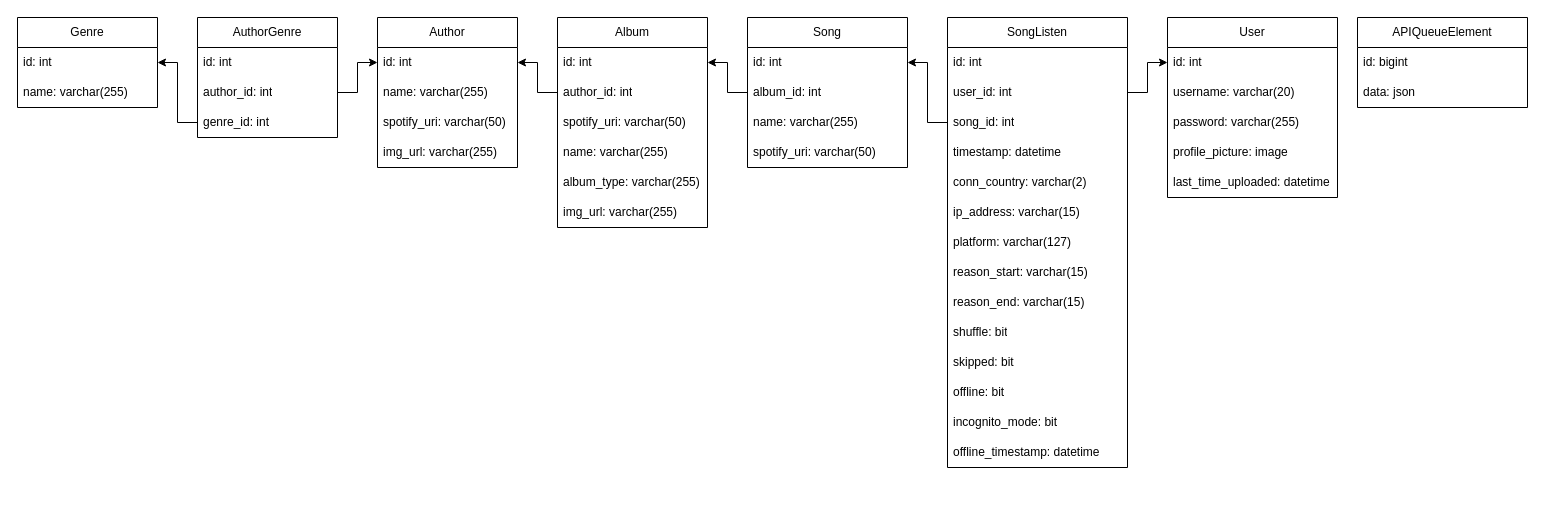
This is drawio/database.drawio from Zancmok/AdvancedSpotifyDataAnalyzer, a draw.io file, before an edit. Source tidied: cells renumbered, new cells numbered last; positions are measured from the earlier drawing's top-left corner, leaving out a move shared by most shapes. Both pictures are drawn from the tidied source at 100%, with x=0, y=0 at pixel (17, 17).
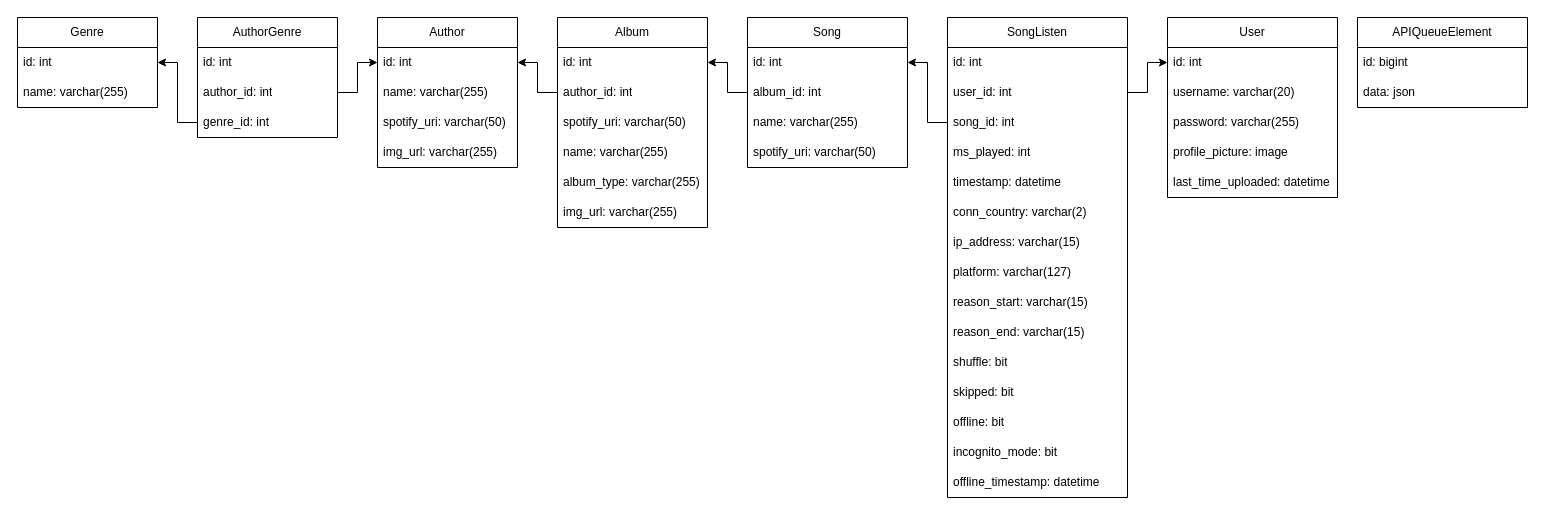
After the change.

What changed in the source:
```diff
@@
     <mxCell id="8" value="SongListen" style="swimlane;fontStyle=0;horizontal=1;startSize=30;whiteSpace=wrap;html=1;" parent="1" vertex="1">
-      <mxGeometry x="930" width="180" height="450" as="geometry" />
+      <mxGeometry x="930" width="180" height="480" as="geometry" />
     </mxCell>
@@
+    <mxCell id="56" value="ms_played: int" style="text;strokeColor=none;fillColor=none;align=left;verticalAlign=middle;spacingLeft=4;spacingRight=4;overflow=hidden;whiteSpace=wrap;html=1;" parent="8" vertex="1">
+      <mxGeometry y="120" width="180" height="30" as="geometry" />
+    </mxCell>
     <mxCell id="12" value="timestamp: datetime" style="text;strokeColor=none;fillColor=none;align=left;verticalAlign=middle;spacingLeft=4;spacingRight=4;overflow=hidden;whiteSpace=wrap;html=1;" parent="8" vertex="1">
-      <mxGeometry y="120" width="180" height="30" as="geometry" />
+      <mxGeometry y="150" width="180" height="30" as="geometry" />
     </mxCell>
     <mxCell id="13" value="conn_country: varchar(2)" style="text;strokeColor=none;fillColor=none;align=left;verticalAlign=middle;spacingLeft=4;spacingRight=4;overflow=hidden;whiteSpace=wrap;html=1;" parent="8" vertex="1">
-      <mxGeometry y="150" width="180" height="30" as="geometry" />
+      <mxGeometry y="180" width="180" height="30" as="geometry" />
     </mxCell>
     <mxCell id="14" value="ip_address: varchar(15)" style="text;strokeColor=none;fillColor=none;align=left;verticalAlign=middle;spacingLeft=4;spacingRight=4;overflow=hidden;whiteSpace=wrap;html=1;" parent="8" vertex="1">
-      <mxGeometry y="180" width="180" height="30" as="geometry" />
+      <mxGeometry y="210" width="180" height="30" as="geometry" />
     </mxCell>
     <mxCell id="15" value="platform: varchar(127)" style="text;strokeColor=none;fillColor=none;align=left;verticalAlign=middle;spacingLeft=4;spacingRight=4;overflow=hidden;whiteSpace=wrap;html=1;" parent="8" vertex="1">
-      <mxGeometry y="210" width="180" height="30" as="geometry" />
+      <mxGeometry y="240" width="180" height="30" as="geometry" />
     </mxCell>
     <mxCell id="16" value="reason_start: varchar(15)" style="text;strokeColor=none;fillColor=none;align=left;verticalAlign=middle;spacingLeft=4;spacingRight=4;overflow=hidden;whiteSpace=wrap;html=1;" parent="8" vertex="1">
-      <mxGeometry y="240" width="180" height="30" as="geometry" />
+      <mxGeometry y="270" width="180" height="30" as="geometry" />
     </mxCell>
     <mxCell id="17" value="reason_end: varchar(15)" style="text;strokeColor=none;fillColor=none;align=left;verticalAlign=middle;spacingLeft=4;spacingRight=4;overflow=hidden;whiteSpace=wrap;html=1;" parent="8" vertex="1">
-      <mxGeometry y="270" width="180" height="30" as="geometry" />
+      <mxGeometry y="300" width="180" height="30" as="geometry" />
     </mxCell>
     <mxCell id="18" value="shuffle: bit" style="text;strokeColor=none;fillColor=none;align=left;verticalAlign=middle;spacingLeft=4;spacingRight=4;overflow=hidden;whiteSpace=wrap;html=1;" parent="8" vertex="1">
-      <mxGeometry y="300" width="180" height="30" as="geometry" />
+      <mxGeometry y="330" width="180" height="30" as="geometry" />
     </mxCell>
     <mxCell id="19" value="skipped: bit" style="text;strokeColor=none;fillColor=none;align=left;verticalAlign=middle;spacingLeft=4;spacingRight=4;overflow=hidden;whiteSpace=wrap;html=1;" parent="8" vertex="1">
-      <mxGeometry y="330" width="180" height="30" as="geometry" />
+      <mxGeometry y="360" width="180" height="30" as="geometry" />
     </mxCell>
     <mxCell id="20" value="offline: bit" style="text;strokeColor=none;fillColor=none;align=left;verticalAlign=middle;spacingLeft=4;spacingRight=4;overflow=hidden;whiteSpace=wrap;html=1;" parent="8" vertex="1">
-      <mxGeometry y="360" width="180" height="30" as="geometry" />
+      <mxGeometry y="390" width="180" height="30" as="geometry" />
     </mxCell>
     <mxCell id="21" value="incognito_mode: bit" style="text;strokeColor=none;fillColor=none;align=left;verticalAlign=middle;spacingLeft=4;spacingRight=4;overflow=hidden;whiteSpace=wrap;html=1;" parent="8" vertex="1">
-      <mxGeometry y="390" width="180" height="30" as="geometry" />
+      <mxGeometry y="420" width="180" height="30" as="geometry" />
     </mxCell>
     <mxCell id="22" value="offline_timestamp: datetime" style="text;strokeColor=none;fillColor=none;align=left;verticalAlign=middle;spacingLeft=4;spacingRight=4;overflow=hidden;whiteSpace=wrap;html=1;" parent="8" vertex="1">
-      <mxGeometry y="420" width="180" height="30" as="geometry" />
+      <mxGeometry y="450" width="180" height="30" as="geometry" />
     </mxCell>
```
